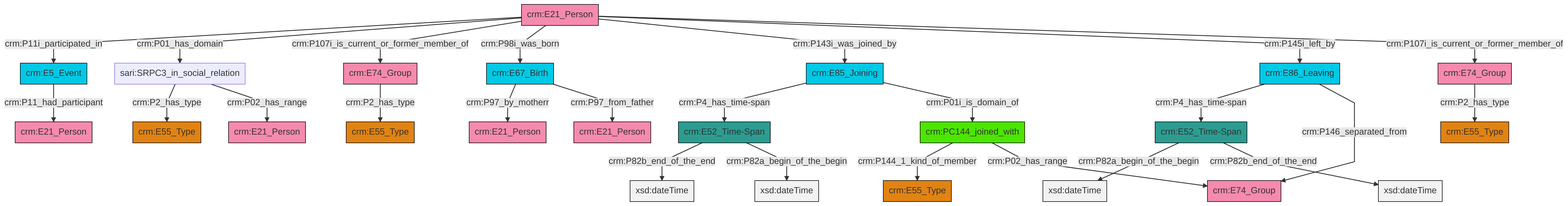
Above: et/personCSV/ttl/mmd/png/Person_Actor_Relations.png in swiss-art-research-net/docs.swissartresearch (Mermaid), before the change. Its source is kept beside it as et/personCSV/ttl/mmd/Person_Actor_Relations.ttl.mmd. Source of this version:
```mermaid
graph TD
classDef Literal fill:#f2f2f2,stroke:#000000;
classDef CRM_Entity fill:#FFFFFF,stroke:#000000;
classDef Temporal_Entity fill:#00C9E6, stroke:#000000;
classDef Type fill:#E18312, stroke:#000000;
classDef Time-Span fill:#2C9C91, stroke:#000000;
classDef Appellation fill:#FFEB7F, stroke:#000000;
classDef Place fill:#008836, stroke:#000000;
classDef Persistent_Item fill:#B266B2, stroke:#000000;
classDef Conceptual_Object fill:#FFD700, stroke:#000000;
classDef Physical_Thing fill:#D2B48C, stroke:#000000;
classDef Actor fill:#f58aad, stroke:#000000;
classDef PC_Classes fill:#4ce600, stroke:#000000;
classDef Multi fill:#cccccc,stroke:#000000;

2["crm:E67_Birth"]:::Temporal_Entity -->|crm:P97_by_motherr| 3["crm:E21_Person"]:::Actor
4["crm:E85_Joining"]:::Temporal_Entity -->|crm:P4_has_time-span| 5["crm:E52_Time-Span"]:::Time-Span
6["crm:E5_Event"]:::Temporal_Entity -->|crm:P11_had_participant| 7["crm:E21_Person"]:::Actor
8["sari:SRPC3_in_social_relation"]:::Default -->|crm:P2_has_type| 9["crm:E55_Type"]:::Type
10["crm:E52_Time-Span"]:::Time-Span -->|crm:P82a_begin_of_the_begin| 11[xsd:dateTime]:::Literal
16["crm:E21_Person"]:::Actor -->|crm:P11i_participated_in| 6["crm:E5_Event"]:::Temporal_Entity
16["crm:E21_Person"]:::Actor -->|crm:P01_has_domain| 8["sari:SRPC3_in_social_relation"]:::Default
21["crm:E86_Leaving"]:::Temporal_Entity -->|crm:P4_has_time-span| 10["crm:E52_Time-Span"]:::Time-Span
24["crm:PC144_joined_with"]:::PC_Classes -->|crm:P144_1_kind_of_member| 25["crm:E55_Type"]:::Type
16["crm:E21_Person"]:::Actor -->|crm:P107i_is_current_or_former_member_of| 27["crm:E74_Group"]:::Actor
5["crm:E52_Time-Span"]:::Time-Span -->|crm:P82b_end_of_the_end| 28[xsd:dateTime]:::Literal
27["crm:E74_Group"]:::Actor -->|crm:P2_has_type| 14["crm:E55_Type"]:::Type
5["crm:E52_Time-Span"]:::Time-Span -->|crm:P82a_begin_of_the_begin| 31[xsd:dateTime]:::Literal
21["crm:E86_Leaving"]:::Temporal_Entity -->|crm:P146_separated_from| 22["crm:E74_Group"]:::Actor
10["crm:E52_Time-Span"]:::Time-Span -->|crm:P82b_end_of_the_end| 36[xsd:dateTime]:::Literal
2["crm:E67_Birth"]:::Temporal_Entity -->|crm:P97_from_father| 29["crm:E21_Person"]:::Actor
4["crm:E85_Joining"]:::Temporal_Entity -->|crm:P01i_is_domain_of| 24["crm:PC144_joined_with"]:::PC_Classes
8["sari:SRPC3_in_social_relation"]:::Default -->|crm:P02_has_range| 12["crm:E21_Person"]:::Actor
16["crm:E21_Person"]:::Actor -->|crm:P98i_was_born| 2["crm:E67_Birth"]:::Temporal_Entity
24["crm:PC144_joined_with"]:::PC_Classes -->|crm:P02_has_range| 22["crm:E74_Group"]:::Actor
16["crm:E21_Person"]:::Actor -->|crm:P143i_was_joined_by| 4["crm:E85_Joining"]:::Temporal_Entity
16["crm:E21_Person"]:::Actor -->|crm:P145i_left_by| 21["crm:E86_Leaving"]:::Temporal_Entity
0["crm:E74_Group"]:::Actor -->|crm:P2_has_type| 19["crm:E55_Type"]:::Type
16["crm:E21_Person"]:::Actor -->|crm:P107i_is_current_or_former_member_of| 0["crm:E74_Group"]:::Actor
```
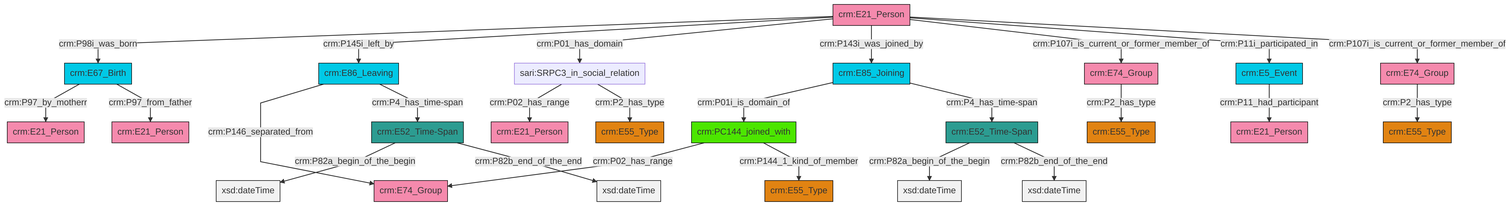
Later version of the same file.

Change to the diagram source:
```diff
@@ -13,27 +13,27 @@
 classDef PC_Classes fill:#4ce600, stroke:#000000;
 classDef Multi fill:#cccccc,stroke:#000000;
 
-2["crm:E67_Birth"]:::Temporal_Entity -->|crm:P97_by_motherr| 3["crm:E21_Person"]:::Actor
-4["crm:E85_Joining"]:::Temporal_Entity -->|crm:P4_has_time-span| 5["crm:E52_Time-Span"]:::Time-Span
-6["crm:E5_Event"]:::Temporal_Entity -->|crm:P11_had_participant| 7["crm:E21_Person"]:::Actor
-8["sari:SRPC3_in_social_relation"]:::Default -->|crm:P2_has_type| 9["crm:E55_Type"]:::Type
-10["crm:E52_Time-Span"]:::Time-Span -->|crm:P82a_begin_of_the_begin| 11[xsd:dateTime]:::Literal
-16["crm:E21_Person"]:::Actor -->|crm:P11i_participated_in| 6["crm:E5_Event"]:::Temporal_Entity
-16["crm:E21_Person"]:::Actor -->|crm:P01_has_domain| 8["sari:SRPC3_in_social_relation"]:::Default
-21["crm:E86_Leaving"]:::Temporal_Entity -->|crm:P4_has_time-span| 10["crm:E52_Time-Span"]:::Time-Span
-24["crm:PC144_joined_with"]:::PC_Classes -->|crm:P144_1_kind_of_member| 25["crm:E55_Type"]:::Type
-16["crm:E21_Person"]:::Actor -->|crm:P107i_is_current_or_former_member_of| 27["crm:E74_Group"]:::Actor
-5["crm:E52_Time-Span"]:::Time-Span -->|crm:P82b_end_of_the_end| 28[xsd:dateTime]:::Literal
-27["crm:E74_Group"]:::Actor -->|crm:P2_has_type| 14["crm:E55_Type"]:::Type
-5["crm:E52_Time-Span"]:::Time-Span -->|crm:P82a_begin_of_the_begin| 31[xsd:dateTime]:::Literal
-21["crm:E86_Leaving"]:::Temporal_Entity -->|crm:P146_separated_from| 22["crm:E74_Group"]:::Actor
-10["crm:E52_Time-Span"]:::Time-Span -->|crm:P82b_end_of_the_end| 36[xsd:dateTime]:::Literal
-2["crm:E67_Birth"]:::Temporal_Entity -->|crm:P97_from_father| 29["crm:E21_Person"]:::Actor
-4["crm:E85_Joining"]:::Temporal_Entity -->|crm:P01i_is_domain_of| 24["crm:PC144_joined_with"]:::PC_Classes
-8["sari:SRPC3_in_social_relation"]:::Default -->|crm:P02_has_range| 12["crm:E21_Person"]:::Actor
-16["crm:E21_Person"]:::Actor -->|crm:P98i_was_born| 2["crm:E67_Birth"]:::Temporal_Entity
-24["crm:PC144_joined_with"]:::PC_Classes -->|crm:P02_has_range| 22["crm:E74_Group"]:::Actor
-16["crm:E21_Person"]:::Actor -->|crm:P143i_was_joined_by| 4["crm:E85_Joining"]:::Temporal_Entity
-16["crm:E21_Person"]:::Actor -->|crm:P145i_left_by| 21["crm:E86_Leaving"]:::Temporal_Entity
-0["crm:E74_Group"]:::Actor -->|crm:P2_has_type| 19["crm:E55_Type"]:::Type
-16["crm:E21_Person"]:::Actor -->|crm:P107i_is_current_or_former_member_of| 0["crm:E74_Group"]:::Actor
+0["crm:E67_Birth"]:::Temporal_Entity -->|crm:P97_by_motherr| 1["crm:E21_Person"]:::Actor
+4["crm:E52_Time-Span"]:::Time-Span -->|crm:P82a_begin_of_the_begin| 5[xsd:dateTime]:::Literal
+6["crm:E85_Joining"]:::Temporal_Entity -->|crm:P01i_is_domain_of| 7["crm:PC144_joined_with"]:::PC_Classes
+7["crm:PC144_joined_with"]:::PC_Classes -->|crm:P02_has_range| 8["crm:E74_Group"]:::Actor
+9["crm:E21_Person"]:::Actor -->|crm:P98i_was_born| 0["crm:E67_Birth"]:::Temporal_Entity
+9["crm:E21_Person"]:::Actor -->|crm:P145i_left_by| 12["crm:E86_Leaving"]:::Temporal_Entity
+13["crm:E74_Group"]:::Actor -->|crm:P2_has_type| 2["crm:E55_Type"]:::Type
+9["crm:E21_Person"]:::Actor -->|crm:P01_has_domain| 15["sari:SRPC3_in_social_relation"]:::Default
+17["crm:E5_Event"]:::Temporal_Entity -->|crm:P11_had_participant| 18["crm:E21_Person"]:::Actor
+9["crm:E21_Person"]:::Actor -->|crm:P143i_was_joined_by| 6["crm:E85_Joining"]:::Temporal_Entity
+22["crm:E52_Time-Span"]:::Time-Span -->|crm:P82a_begin_of_the_begin| 23[xsd:dateTime]:::Literal
+6["crm:E85_Joining"]:::Temporal_Entity -->|crm:P4_has_time-span| 4["crm:E52_Time-Span"]:::Time-Span
+12["crm:E86_Leaving"]:::Temporal_Entity -->|crm:P146_separated_from| 8["crm:E74_Group"]:::Actor
+9["crm:E21_Person"]:::Actor -->|crm:P107i_is_current_or_former_member_of| 29["crm:E74_Group"]:::Actor
+22["crm:E52_Time-Span"]:::Time-Span -->|crm:P82b_end_of_the_end| 32[xsd:dateTime]:::Literal
+15["sari:SRPC3_in_social_relation"]:::Default -->|crm:P02_has_range| 10["crm:E21_Person"]:::Actor
+9["crm:E21_Person"]:::Actor -->|crm:P11i_participated_in| 17["crm:E5_Event"]:::Temporal_Entity
+29["crm:E74_Group"]:::Actor -->|crm:P2_has_type| 20["crm:E55_Type"]:::Type
+15["sari:SRPC3_in_social_relation"]:::Default -->|crm:P2_has_type| 38["crm:E55_Type"]:::Type
+0["crm:E67_Birth"]:::Temporal_Entity -->|crm:P97_from_father| 39["crm:E21_Person"]:::Actor
+4["crm:E52_Time-Span"]:::Time-Span -->|crm:P82b_end_of_the_end| 40[xsd:dateTime]:::Literal
+12["crm:E86_Leaving"]:::Temporal_Entity -->|crm:P4_has_time-span| 22["crm:E52_Time-Span"]:::Time-Span
+7["crm:PC144_joined_with"]:::PC_Classes -->|crm:P144_1_kind_of_member| 24["crm:E55_Type"]:::Type
+9["crm:E21_Person"]:::Actor -->|crm:P107i_is_current_or_former_member_of| 13["crm:E74_Group"]:::Actor
```
